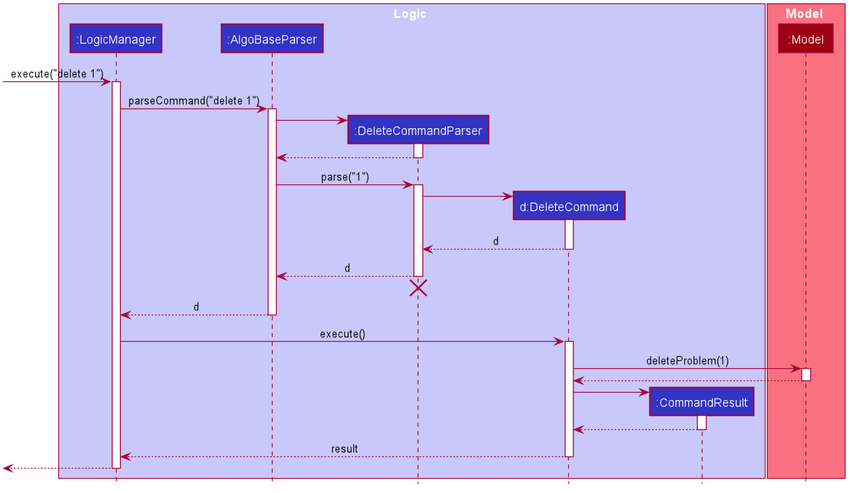
Before: images/DeleteSequenceDiagram.png, a diagram exported from PlantUML (CS2103T-W11-1/main).
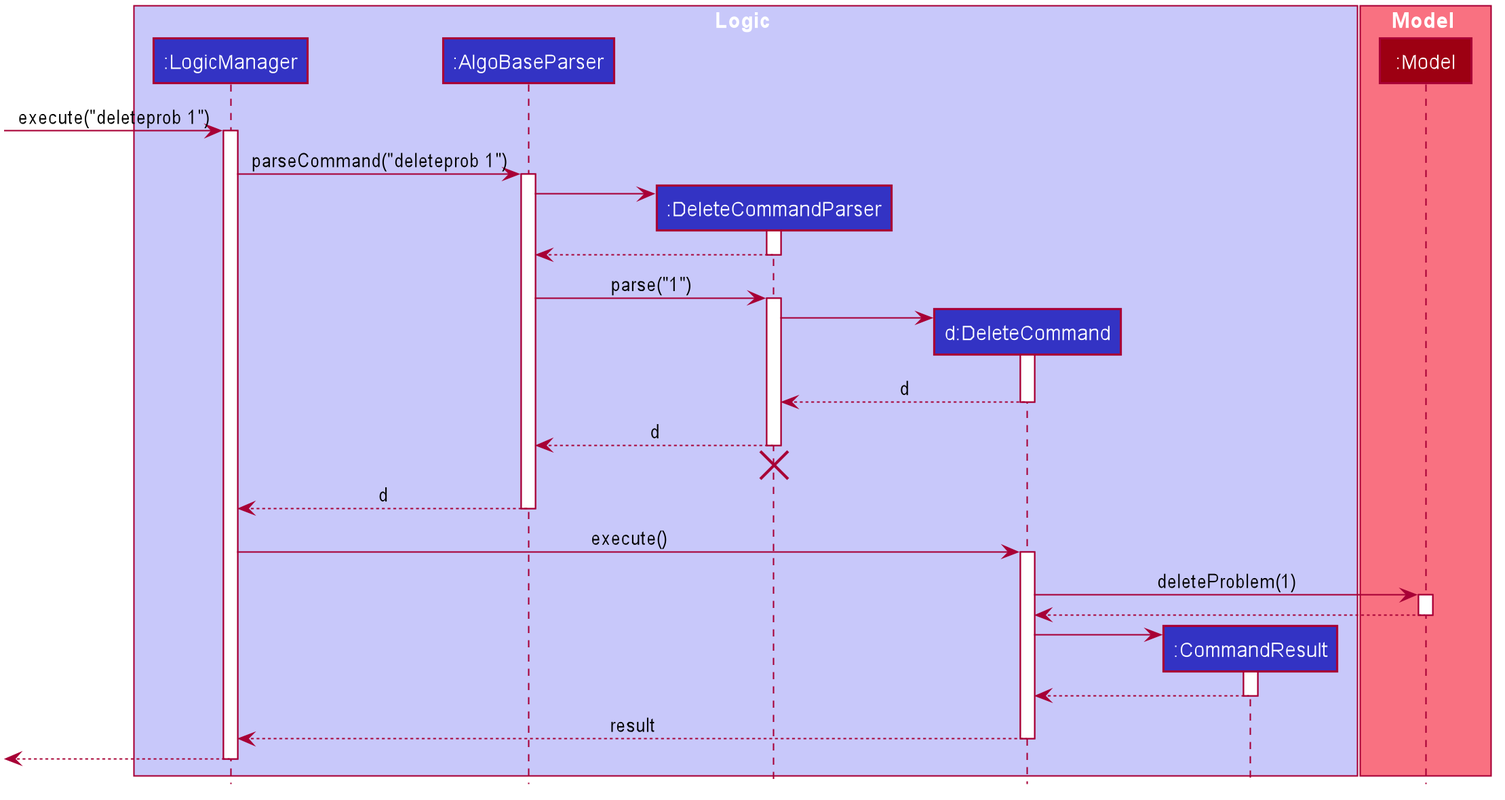
The same file after the commit.

The edit, as a diff of the source:
```diff
@@ -1,4 +1,5 @@
 @startuml
+
 
 
 
@@ -60,10 +61,10 @@
 participant ":Model" as Model #9D0012
 end box
 
-[-> LogicManager : execute("delete 1")
+[-> LogicManager : execute("deleteprob 1")
 activate LogicManager
 
-LogicManager -> AlgoBaseParser : parseCommand("delete 1")
+LogicManager -> AlgoBaseParser : parseCommand("deleteprob 1")
 activate AlgoBaseParser
 
 create DeleteCommandParser
```
